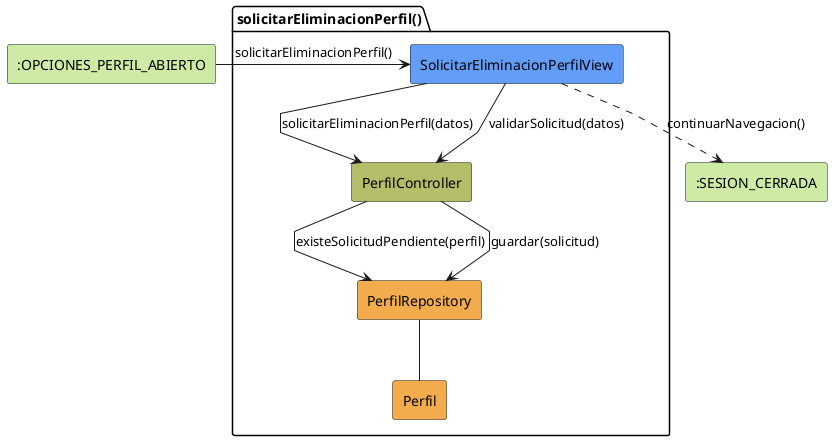
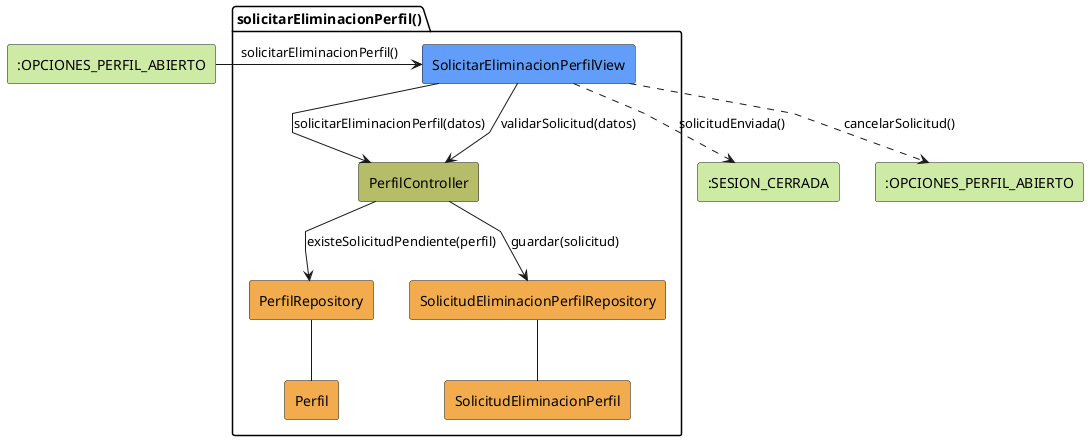
@startuml solicitarEliminacionPerfil-analisis
skinparam linetype polyline

rectangle #CDEBA5 ":OPCIONES_PERFIL_ABIERTO" as EstadoEntrada
package solicitarEliminacionPerfil as "solicitarEliminacionPerfil()" {
    rectangle #629EF9 SolicitarEliminacionPerfilView
    rectangle #b5bd68 PerfilController
    rectangle #F2AC4E PerfilRepository
    rectangle #F2AC4E Perfil
+     rectangle #F2AC4E SolicitudEliminacionPerfilRepository
+     rectangle #F2AC4E SolicitudEliminacionPerfil
}

- rectangle #CDEBA5 ":SESION_CERRADA" as EstadoSalida
+ rectangle #CDEBA5 ":SESION_CERRADA" as EstadoSalidaExitosa
+ rectangle #CDEBA5 ":OPCIONES_PERFIL_ABIERTO" as EstadoSalidaCancelada


EstadoEntrada -r-> SolicitarEliminacionPerfilView: solicitarEliminacionPerfil()

SolicitarEliminacionPerfilView -d-> PerfilController: solicitarEliminacionPerfil(datos)
SolicitarEliminacionPerfilView --> PerfilController: validarSolicitud(datos)
PerfilController --> PerfilRepository: existeSolicitudPendiente(perfil)
- PerfilController --> PerfilRepository: guardar(solicitud)
+ PerfilController --> SolicitudEliminacionPerfilRepository: guardar(solicitud)
PerfilRepository -- Perfil
- SolicitarEliminacionPerfilView ..> EstadoSalida: continuarNavegacion()
+ SolicitudEliminacionPerfilRepository -- SolicitudEliminacionPerfil
+ SolicitarEliminacionPerfilView ..> EstadoSalidaExitosa: solicitudEnviada()
+ SolicitarEliminacionPerfilView ..> EstadoSalidaCancelada: cancelarSolicitud()


@enduml
